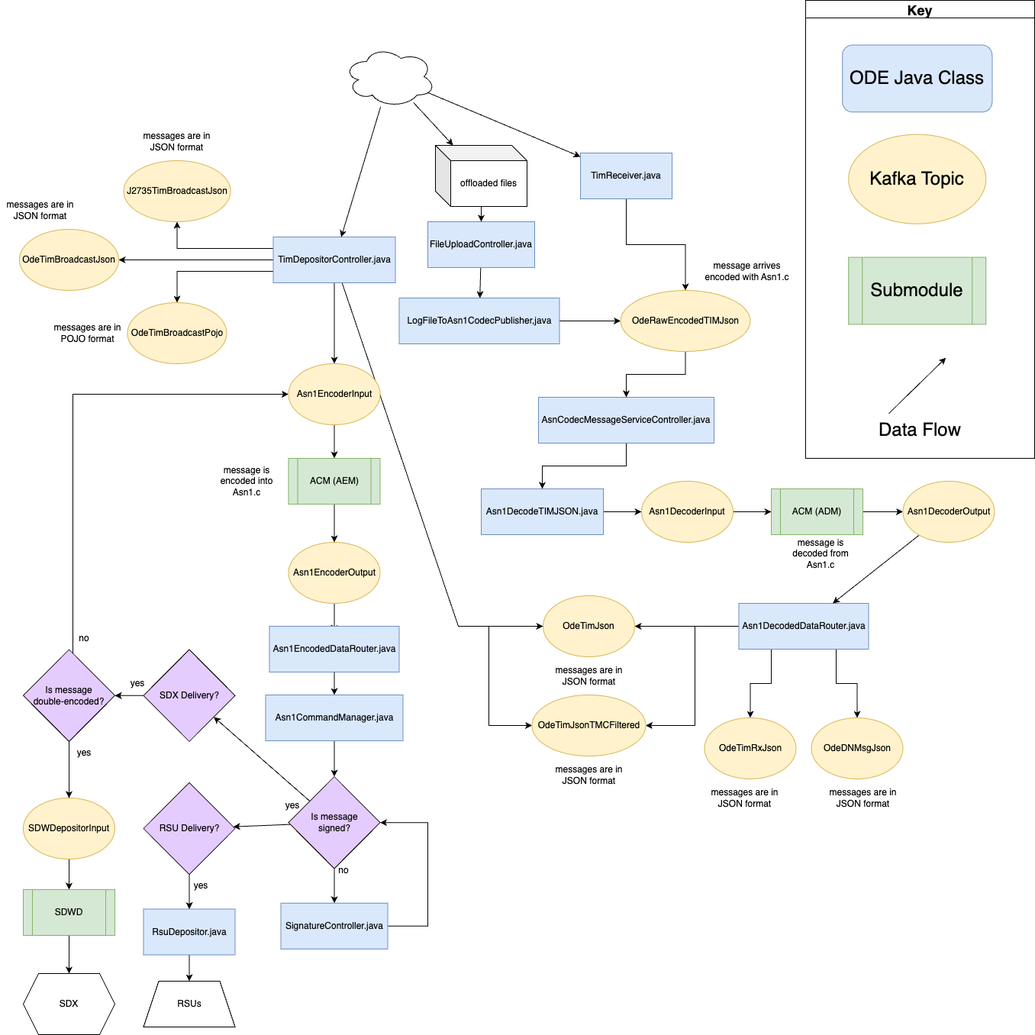
Above: docs/data-flow-diagrams/tim/TIM Data Flow.drawio.png in usdot-jpo-ode/jpo-ode (draw.io), before the change. Source tidied: cells renumbered, new cells last; positions are measured from the earlier drawing's top-left corner, leaving out a move shared by most shapes.
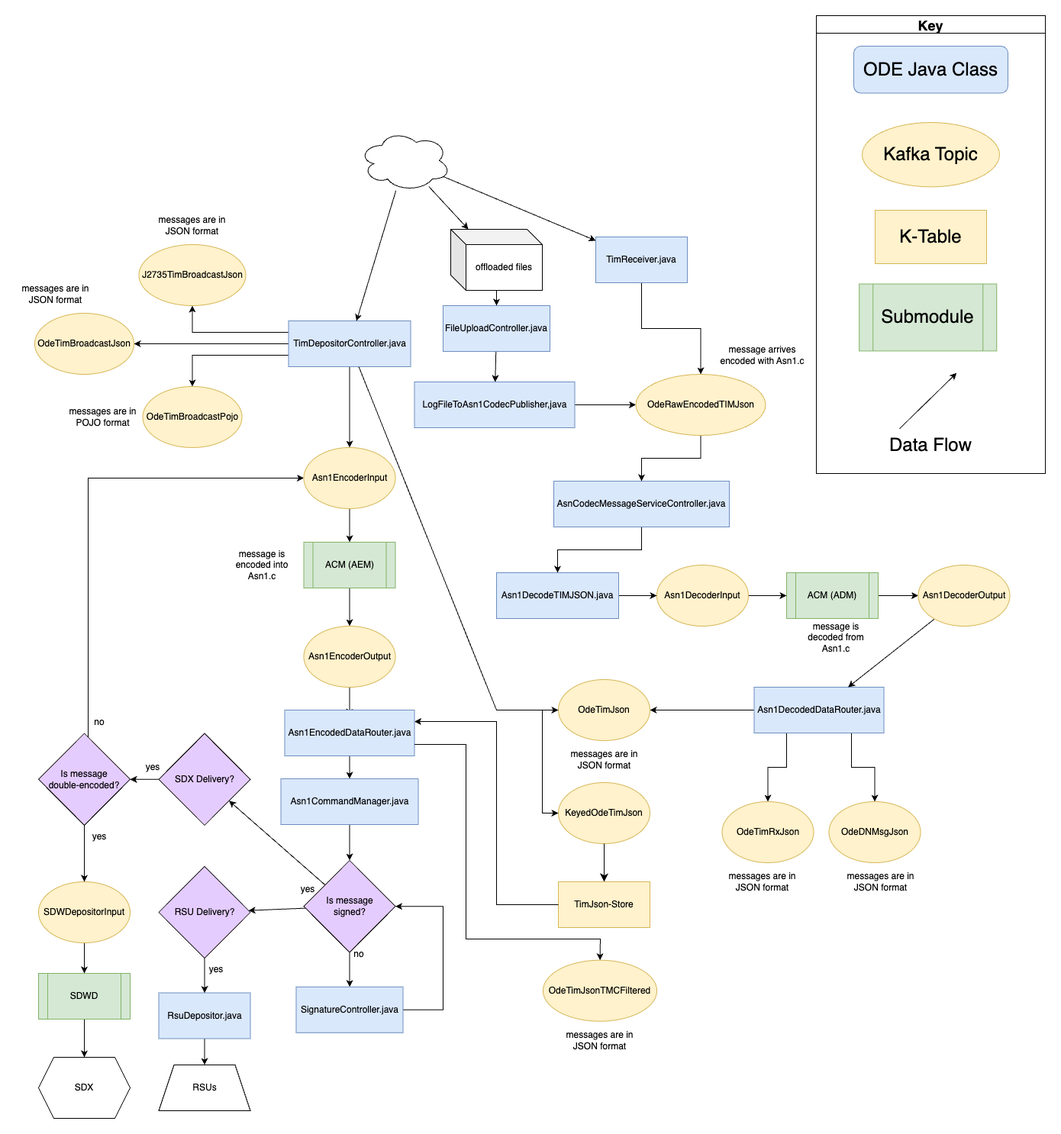
The same file after the commit.

Change to the diagram source:
```diff
@@ -57,10 +57,10 @@
       <mxGeometry x="630" y="640" width="160" height="60" as="geometry" />
     </mxCell>
     <mxCell id="20" value="OdeDNMsgJson" style="ellipse;whiteSpace=wrap;html=1;fillColor=#fff2cc;strokeColor=#d6b656;" parent="1" vertex="1">
-      <mxGeometry x="1062.5" y="940" width="120" height="80" as="geometry" />
+      <mxGeometry x="1065.5" y="940" width="120" height="80" as="geometry" />
     </mxCell>
     <mxCell id="21" value="OdeTimRxJson" style="ellipse;whiteSpace=wrap;html=1;fillColor=#fff2cc;strokeColor=#d6b656;" parent="1" vertex="1">
-      <mxGeometry x="922.5" y="940" width="120" height="80" as="geometry" />
+      <mxGeometry x="925.5" y="940" width="120" height="80" as="geometry" />
     </mxCell>
     <mxCell id="22" value="OdeTimJson" style="ellipse;whiteSpace=wrap;html=1;fillColor=#fff2cc;strokeColor=#d6b656;" parent="1" vertex="1">
       <mxGeometry x="711" y="780" width="120" height="80" as="geometry" />
@@ -71,7 +71,7 @@
     <mxCell id="24" style="rounded=0;jettySize=auto;html=1;" parent="1" edge="1" source="28" target="22">
       <mxGeometry relative="1" as="geometry">
         <Array as="points">
-          <mxPoint x="600" y="820" />
+          <mxPoint x="630" y="820" />
         </Array>
       </mxGeometry>
     </mxCell>
@@ -117,10 +117,10 @@
       <mxGeometry x="25" y="300" width="130" height="80" as="geometry" />
     </mxCell>
     <mxCell id="38" style="group;" parent="1" vertex="1">
-      <mxGeometry x="1055" width="300" height="600" as="geometry" />
+      <mxGeometry x="1049" y="-90" width="300" height="600" as="geometry" />
     </mxCell>
     <mxCell id="39" value="&lt;font style=&quot;font-size: 24px&quot;&gt;Submodule&lt;/font&gt;" style="shape=process;whiteSpace=wrap;html=1;backgroundOutline=1;fillColor=#d5e8d4;strokeColor=#82b366;labelBackgroundColor=none;" parent="38" vertex="1">
-      <mxGeometry x="56.2" y="336.6" width="180" height="87.8" as="geometry" />
+      <mxGeometry x="56.2" y="351.6" width="180" height="87.8" as="geometry" />
     </mxCell>
     <mxCell id="40" value="Key" style="swimlane;labelBackgroundColor=none;fontSize=18;" parent="38" vertex="1">
       <mxGeometry width="300" height="600" as="geometry" />
@@ -135,11 +135,14 @@
       </mxGeometry>
     </mxCell>
     <mxCell id="43" value="&lt;font style=&quot;font-size: 24px&quot;&gt;Kafka Topic&lt;/font&gt;" style="ellipse;whiteSpace=wrap;html=1;fillColor=#fff2cc;strokeColor=#d6b656;labelBackgroundColor=none;" parent="40" vertex="1">
-      <mxGeometry x="56.2" y="175.6" width="180" height="117.1" as="geometry" />
+      <mxGeometry x="60" y="140" width="180" height="84.4" as="geometry" />
     </mxCell>
     <mxCell id="44" value="&lt;font style=&quot;font-size: 24px&quot;&gt;ODE Java Class&lt;/font&gt;" style="rounded=1;whiteSpace=wrap;html=1;fillColor=#dae8fc;strokeColor=#6c8ebf;labelBackgroundColor=none;" parent="40" vertex="1">
-      <mxGeometry x="48.1" y="58.5" width="196.2" height="87.8" as="geometry" />
+      <mxGeometry x="49.1" y="40" width="201.9" height="61.5" as="geometry" />
     </mxCell>
+    <mxCell id="100" value="&lt;span style=&quot;font-size: 24px;&quot;&gt;K-Table&lt;/span&gt;" style="rounded=0;whiteSpace=wrap;html=1;fillColor=#fff2cc;strokeColor=#d6b656;labelBackgroundColor=none;" parent="40" vertex="1">
+      <mxGeometry x="77" y="255" width="146" height="70" as="geometry" />
+    </mxCell>
     <mxCell id="45" value="message arrives &lt;br&gt;encoded with Asn1.c" style="text;html=1;align=center;verticalAlign=middle;strokeColor=none;fillColor=none;" parent="1" vertex="1">
       <mxGeometry x="912.5" y="340" width="130" height="30" as="geometry" />
     </mxCell>
@@ -153,10 +156,10 @@
       <mxGeometry x="718.5" y="860" width="105" height="50" as="geometry" />
     </mxCell>
     <mxCell id="49" value="messages are in JSON format" style="text;html=1;strokeColor=none;fillColor=none;align=center;verticalAlign=middle;whiteSpace=wrap;rounded=0;" parent="1" vertex="1">
-      <mxGeometry x="922.5" y="1020" width="105" height="50" as="geometry" />
+      <mxGeometry x="925.5" y="1020" width="105" height="50" as="geometry" />
     </mxCell>
     <mxCell id="50" value="messages are in JSON format" style="text;html=1;strokeColor=none;fillColor=none;align=center;verticalAlign=middle;whiteSpace=wrap;rounded=0;" parent="1" vertex="1">
-      <mxGeometry x="1077.5" y="1020" width="105" height="50" as="geometry" />
+      <mxGeometry x="1080.5" y="1020" width="105" height="50" as="geometry" />
     </mxCell>
     <mxCell id="51" value="messages are in JSON format" style="text;html=1;strokeColor=none;fillColor=none;align=center;verticalAlign=middle;whiteSpace=wrap;rounded=0;" parent="1" vertex="1">
       <mxGeometry x="179" y="160" width="105" height="50" as="geometry" />
@@ -309,26 +312,44 @@
       <mxGeometry x="150" y="880" width="60" height="30" as="geometry" />
     </mxCell>
     <mxCell id="96" value="OdeTimJsonTMCFiltered" style="ellipse;whiteSpace=wrap;html=1;fillColor=#fff2cc;strokeColor=#d6b656;" parent="1" vertex="1">
-      <mxGeometry x="696.5" y="910" width="149" height="80" as="geometry" />
+      <mxGeometry x="691" y="1147.8" width="149" height="80" as="geometry" />
     </mxCell>
-    <mxCell id="97" style="rounded=0;jettySize=auto;html=1;entryX=1;entryY=0.5;entryDx=0;entryDy=0;" parent="1" edge="1" target="96">
+    <mxCell id="97" style="rounded=0;jettySize=auto;html=1;entryX=0.5;entryY=0;entryDx=0;entryDy=0;exitX=1;exitY=0.75;exitDx=0;exitDy=0;" parent="1" edge="1" source="71" target="96">
       <mxGeometry relative="1" as="geometry">
-        <mxPoint x="910" y="820" as="sourcePoint" />
         <Array as="points">
-          <mxPoint x="910" y="950" />
+          <mxPoint x="590" y="865" />
+          <mxPoint x="590" y="1120" />
+          <mxPoint x="766" y="1120" />
         </Array>
       </mxGeometry>
     </mxCell>
-    <mxCell id="98" style="rounded=0;jettySize=auto;html=1;entryX=0;entryY=0.5;entryDx=0;entryDy=0;" parent="1" edge="1" target="96">
-      <mxGeometry relative="1" as="geometry">
-        <mxPoint x="640" y="820" as="sourcePoint" />
-        <Array as="points">
-          <mxPoint x="640" y="950" />
-        </Array>
-      </mxGeometry>
-    </mxCell>
     <mxCell id="99" value="messages are in JSON format" style="text;html=1;strokeColor=none;fillColor=none;align=center;verticalAlign=middle;whiteSpace=wrap;rounded=0;" parent="1" vertex="1">
-      <mxGeometry x="718.5" y="990" width="105" height="50" as="geometry" />
+      <mxGeometry x="713" y="1227.8" width="105" height="50" as="geometry" />
     </mxCell>
+    <mxCell id="101" value="KeyedOdeTimJson" style="ellipse;whiteSpace=wrap;html=1;fillColor=#fff2cc;strokeColor=#d6b656;" parent="1" vertex="1">
+      <mxGeometry x="711" y="915" width="120" height="80" as="geometry" />
+    </mxCell>
+    <mxCell id="102" style="rounded=0;jettySize=auto;html=1;entryX=0;entryY=0.5;entryDx=0;entryDy=0;" parent="1" edge="1" target="101">
+      <mxGeometry relative="1" as="geometry">
+        <mxPoint x="690" y="820" as="sourcePoint" />
+        <Array as="points">
+          <mxPoint x="690" y="955" />
+        </Array>
+      </mxGeometry>
+    </mxCell>
+    <mxCell id="103" style="endArrow=classic;html=1;rounded=0;fontSize=12;startSize=8;endSize=8;curved=1;exitX=0.5;exitY=1;exitDx=0;exitDy=0;entryX=0.5;entryY=0;entryDx=0;entryDy=0;" parent="1" edge="1" source="101" target="104">
+      <mxGeometry relative="1" as="geometry" />
+    </mxCell>
+    <mxCell id="104" value="TimJson-Store" style="rounded=0;whiteSpace=wrap;html=1;fillColor=#fff2cc;strokeColor=#d6b656;labelBackgroundColor=none;" parent="1" vertex="1">
+      <mxGeometry x="711" y="1045" width="120" height="60" as="geometry" />
+    </mxCell>
+    <mxCell id="105" style="edgeStyle=orthogonalEdgeStyle;rounded=0;jettySize=auto;html=1;exitX=0;exitY=0.5;exitDx=0;exitDy=0;entryX=1;entryY=0.25;entryDx=0;entryDy=0;" parent="1" edge="1" source="104" target="71">
+      <mxGeometry relative="1" as="geometry">
+        <Array as="points">
+          <mxPoint x="630" y="1075" />
+          <mxPoint x="630" y="835" />
+        </Array>
+      </mxGeometry>
+    </mxCell>
   </root>
 </mxGraphModel>
```
